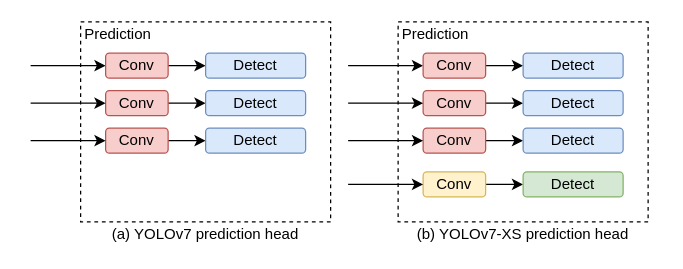
Above: four_head.drawio in YANGJUNYAN0715/papers (draw.io), before the change. Source tidied: cells renumbered, new cells numbered last; positions are measured from the earlier drawing's top-left corner, leaving out a move shared by most shapes. Both pictures are drawn from the tidied source at 125%, with x=0, y=0 at pixel (30, 21).
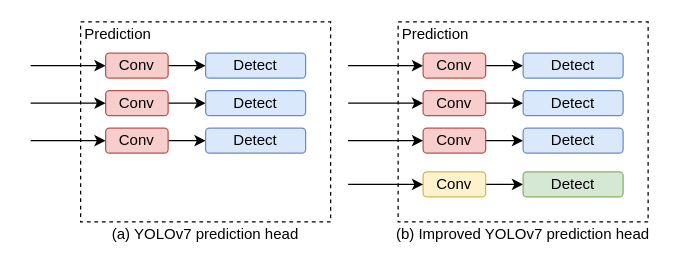
After the change.

What changed in the source:
```diff
@@
-    <mxCell id="33" value="(b) YOLOv7-XS prediction head" style="text;html=1;strokeColor=none;fillColor=none;align=center;verticalAlign=middle;whiteSpace=wrap;rounded=0;" parent="1" vertex="1">
-      <mxGeometry x="307" y="160" width="174" height="20" as="geometry" />
+    <mxCell id="33" value="(b) Improved YOLOv7 prediction head" style="text;html=1;strokeColor=none;fillColor=none;align=center;verticalAlign=middle;whiteSpace=wrap;rounded=0;" parent="1" vertex="1">
+      <mxGeometry x="284" y="160" width="220" height="20" as="geometry" />
     </mxCell>
```
